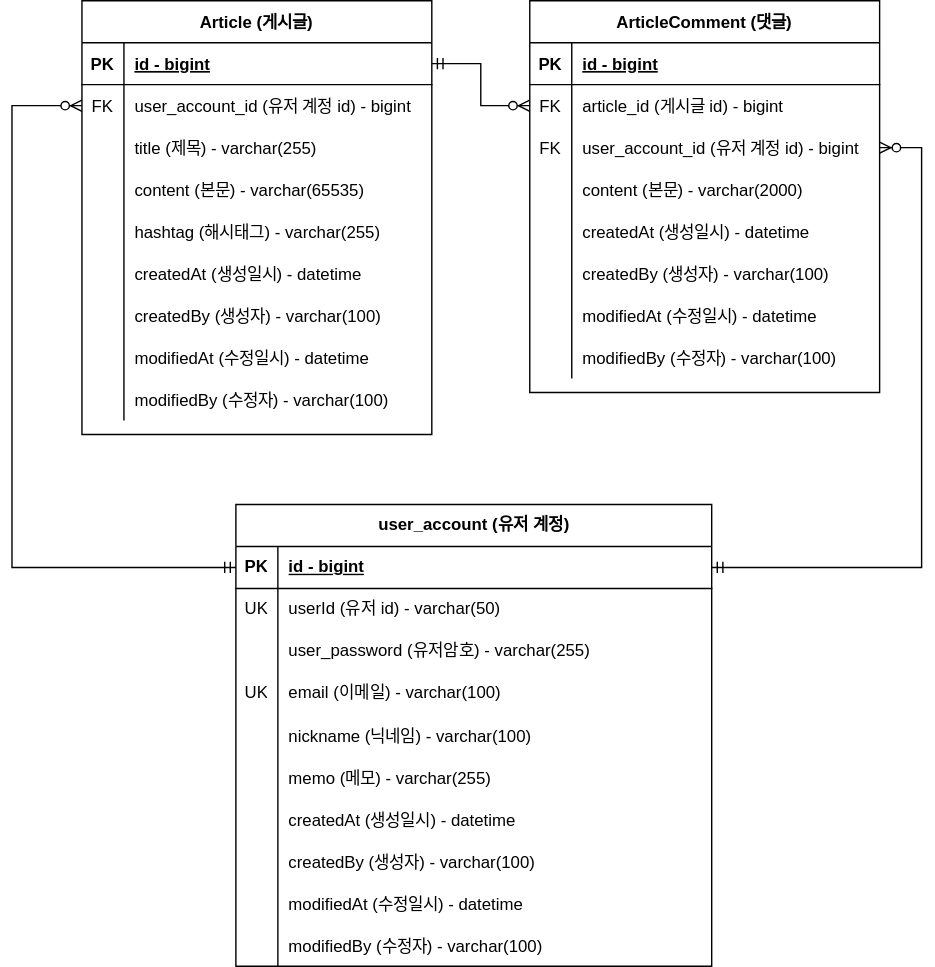
The draw.io diagram document/project-board-erd.svg in zxcv74720/springboot-board-project, before a commit. Source tidied: cells renumbered, new cells last; positions are measured from the earlier drawing's top-left corner, leaving out a move shared by most shapes.
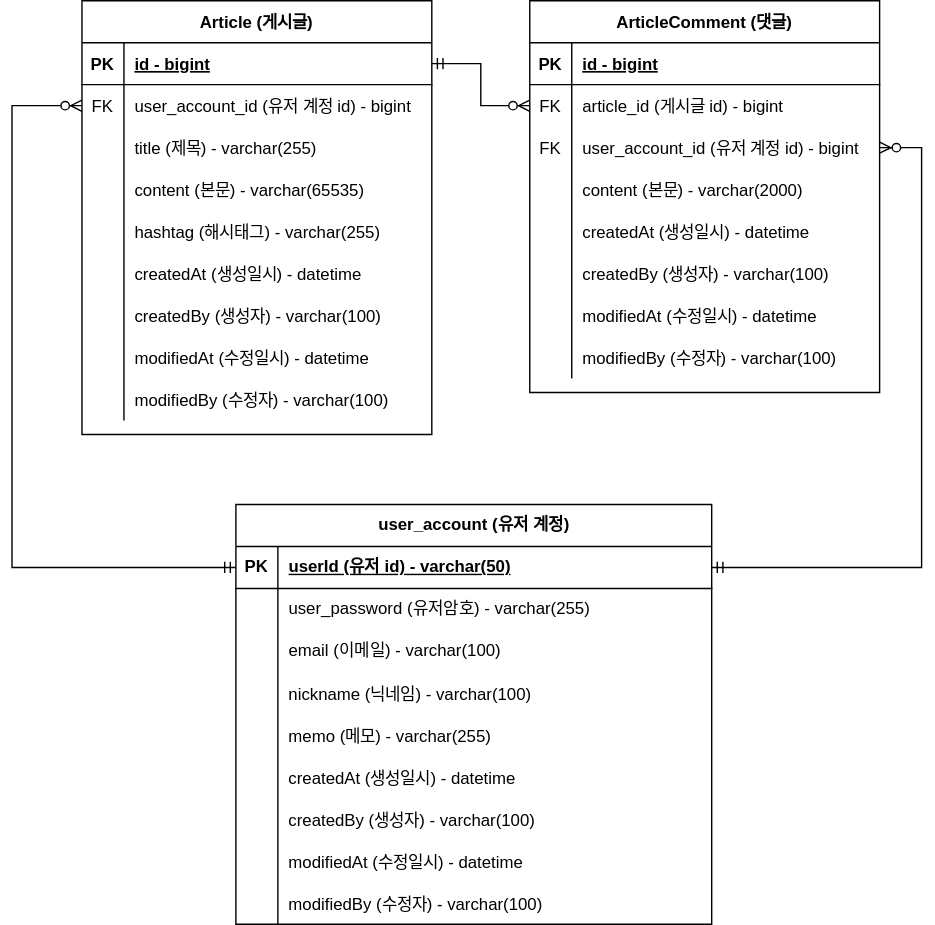
After the commit.

Commit message:
ERD 문서 수정: 회원 계정 user_id 를 PK 로 변경

The edit, as a diff of the source:
```diff
@@ -165,7 +165,7 @@
       <mxGeometry relative="1" as="geometry" />
     </mxCell>
     <mxCell id="56" value="user_account (유저 계정)" style="shape=table;startSize=30;rowLines=0;fontStyle=1;align=center;html=1;" parent="1" vertex="1">
-      <mxGeometry x="160" y="360" width="340" height="330" as="geometry" />
+      <mxGeometry x="160" y="360" width="340" height="300" as="geometry" />
     </mxCell>
     <mxCell id="57" style="shape=tableRow;horizontal=0;startSize=0;swimlaneHead=0;swimlaneBody=0;fillColor=none;points=[[0,0.5],[1,0.5]];portConstraint=eastwest;top=0;left=0;right=0;bottom=1;" parent="56" vertex="1">
       <mxGeometry y="30" width="340" height="30" as="geometry" />
@@ -173,20 +173,11 @@
     <mxCell id="58" value="PK" style="shape=partialRectangle;fillColor=none;top=0;left=0;bottom=0;right=0;fontStyle=1;overflow=hidden;whiteSpace=wrap;html=1;" parent="57" vertex="1">
       <mxGeometry width="30" height="30" as="geometry" />
     </mxCell>
-    <mxCell id="59" value="id - bigint" style="shape=partialRectangle;fillColor=none;top=0;left=0;bottom=0;right=0;align=left;spacingLeft=6;fontStyle=5;overflow=hidden;whiteSpace=wrap;html=1;" parent="57" vertex="1">
+    <mxCell id="59" value="userId (유저 id) - varchar(50)" style="shape=partialRectangle;fillColor=none;top=0;left=0;bottom=0;right=0;align=left;spacingLeft=6;fontStyle=5;overflow=hidden;whiteSpace=wrap;html=1;" parent="57" vertex="1">
       <mxGeometry x="30" width="310" height="30" as="geometry" />
     </mxCell>
-    <mxCell id="60" style="shape=tableRow;horizontal=0;startSize=0;swimlaneHead=0;swimlaneBody=0;fillColor=none;top=0;left=0;right=0;bottom=0;" parent="56" vertex="1">
-      <mxGeometry y="60" width="340" height="30" as="geometry" />
-    </mxCell>
-    <mxCell id="61" value="UK" style="shape=partialRectangle;fillColor=none;top=0;left=0;bottom=0;right=0;overflow=hidden;whiteSpace=wrap;html=1;" parent="60" vertex="1">
-      <mxGeometry width="30" height="30" as="geometry" />
-    </mxCell>
-    <mxCell id="62" value="userId (유저 id) - varchar(50)" style="shape=partialRectangle;fillColor=none;top=0;left=0;bottom=0;right=0;align=left;spacingLeft=6;overflow=hidden;whiteSpace=wrap;html=1;" parent="60" vertex="1">
-      <mxGeometry x="30" width="310" height="30" as="geometry" />
-    </mxCell>
     <mxCell id="63" style="shape=tableRow;horizontal=0;startSize=0;swimlaneHead=0;swimlaneBody=0;fillColor=none;top=0;left=0;right=0;bottom=0;" parent="56" vertex="1">
-      <mxGeometry y="90" width="340" height="30" as="geometry" />
+      <mxGeometry y="60" width="340" height="30" as="geometry" />
     </mxCell>
     <mxCell id="64" style="shape=partialRectangle;fillColor=none;top=0;left=0;bottom=0;right=0;overflow=hidden;whiteSpace=wrap;html=1;" parent="63" vertex="1">
       <mxGeometry width="30" height="30" as="geometry" />
@@ -195,16 +186,16 @@
       <mxGeometry x="30" width="310" height="30" as="geometry" />
     </mxCell>
     <mxCell id="66" style="shape=tableRow;horizontal=0;startSize=0;swimlaneHead=0;swimlaneBody=0;fillColor=none;top=0;left=0;right=0;bottom=0;" parent="56" vertex="1">
-      <mxGeometry y="120" width="340" height="30" as="geometry" />
+      <mxGeometry y="90" width="340" height="30" as="geometry" />
     </mxCell>
-    <mxCell id="67" value="UK" style="shape=partialRectangle;fillColor=none;top=0;left=0;bottom=0;right=0;overflow=hidden;whiteSpace=wrap;html=1;" parent="66" vertex="1">
+    <mxCell id="67" style="shape=partialRectangle;fillColor=none;top=0;left=0;bottom=0;right=0;overflow=hidden;whiteSpace=wrap;html=1;" parent="66" vertex="1">
       <mxGeometry width="30" height="30" as="geometry" />
     </mxCell>
     <mxCell id="68" value="email (이메일) - varchar(100)" style="shape=partialRectangle;fillColor=none;top=0;left=0;bottom=0;right=0;align=left;spacingLeft=6;overflow=hidden;whiteSpace=wrap;html=1;" parent="66" vertex="1">
       <mxGeometry x="30" width="310" height="30" as="geometry" />
     </mxCell>
     <mxCell id="69" style="shape=tableRow;horizontal=0;startSize=0;swimlaneHead=0;swimlaneBody=0;fillColor=none;top=0;left=0;right=0;bottom=0;" parent="56" vertex="1">
-      <mxGeometry y="150" width="340" height="30" as="geometry" />
+      <mxGeometry y="120" width="340" height="30" as="geometry" />
     </mxCell>
     <mxCell id="70" style="shape=partialRectangle;fillColor=none;top=0;left=0;bottom=0;right=0;overflow=hidden;" parent="69" vertex="1">
       <mxGeometry width="30" height="30" as="geometry" />
@@ -213,7 +204,7 @@
       <mxGeometry x="30" width="310" height="30" as="geometry" />
     </mxCell>
     <mxCell id="72" style="shape=tableRow;horizontal=0;startSize=0;swimlaneHead=0;swimlaneBody=0;fillColor=none;top=0;left=0;right=0;bottom=0;" parent="56" vertex="1">
-      <mxGeometry y="180" width="340" height="30" as="geometry" />
+      <mxGeometry y="150" width="340" height="30" as="geometry" />
     </mxCell>
     <mxCell id="73" style="shape=partialRectangle;fillColor=none;top=0;left=0;bottom=0;right=0;overflow=hidden;" parent="72" vertex="1">
       <mxGeometry width="30" height="30" as="geometry" />
@@ -222,7 +213,7 @@
       <mxGeometry x="30" width="310" height="30" as="geometry" />
     </mxCell>
     <mxCell id="75" style="shape=tableRow;horizontal=0;startSize=0;swimlaneHead=0;swimlaneBody=0;fillColor=none;top=0;left=0;right=0;bottom=0;" parent="56" vertex="1">
-      <mxGeometry y="210" width="340" height="30" as="geometry" />
+      <mxGeometry y="180" width="340" height="30" as="geometry" />
     </mxCell>
     <mxCell id="76" style="shape=partialRectangle;fillColor=none;top=0;left=0;bottom=0;right=0;overflow=hidden;" parent="75" vertex="1">
       <mxGeometry width="30" height="30" as="geometry" />
@@ -231,7 +222,7 @@
       <mxGeometry x="30" width="310" height="30" as="geometry" />
     </mxCell>
     <mxCell id="78" style="shape=tableRow;horizontal=0;startSize=0;swimlaneHead=0;swimlaneBody=0;fillColor=none;top=0;left=0;right=0;bottom=0;" parent="56" vertex="1">
-      <mxGeometry y="240" width="340" height="30" as="geometry" />
+      <mxGeometry y="210" width="340" height="30" as="geometry" />
     </mxCell>
     <mxCell id="79" style="shape=partialRectangle;fillColor=none;top=0;left=0;bottom=0;right=0;overflow=hidden;" parent="78" vertex="1">
       <mxGeometry width="30" height="30" as="geometry" />
@@ -240,7 +231,7 @@
       <mxGeometry x="30" width="310" height="30" as="geometry" />
     </mxCell>
     <mxCell id="81" style="shape=tableRow;horizontal=0;startSize=0;swimlaneHead=0;swimlaneBody=0;fillColor=none;top=0;left=0;right=0;bottom=0;" parent="56" vertex="1">
-      <mxGeometry y="270" width="340" height="30" as="geometry" />
+      <mxGeometry y="240" width="340" height="30" as="geometry" />
     </mxCell>
     <mxCell id="82" style="shape=partialRectangle;fillColor=none;top=0;left=0;bottom=0;right=0;overflow=hidden;" parent="81" vertex="1">
       <mxGeometry width="30" height="30" as="geometry" />
@@ -249,7 +240,7 @@
       <mxGeometry x="30" width="310" height="30" as="geometry" />
     </mxCell>
     <mxCell id="84" style="shape=tableRow;horizontal=0;startSize=0;swimlaneHead=0;swimlaneBody=0;fillColor=none;top=0;left=0;right=0;bottom=0;" parent="56" vertex="1">
-      <mxGeometry y="300" width="340" height="30" as="geometry" />
+      <mxGeometry y="270" width="340" height="30" as="geometry" />
     </mxCell>
     <mxCell id="85" style="shape=partialRectangle;fillColor=none;top=0;left=0;bottom=0;right=0;overflow=hidden;" parent="84" vertex="1">
       <mxGeometry width="30" height="30" as="geometry" />
```
